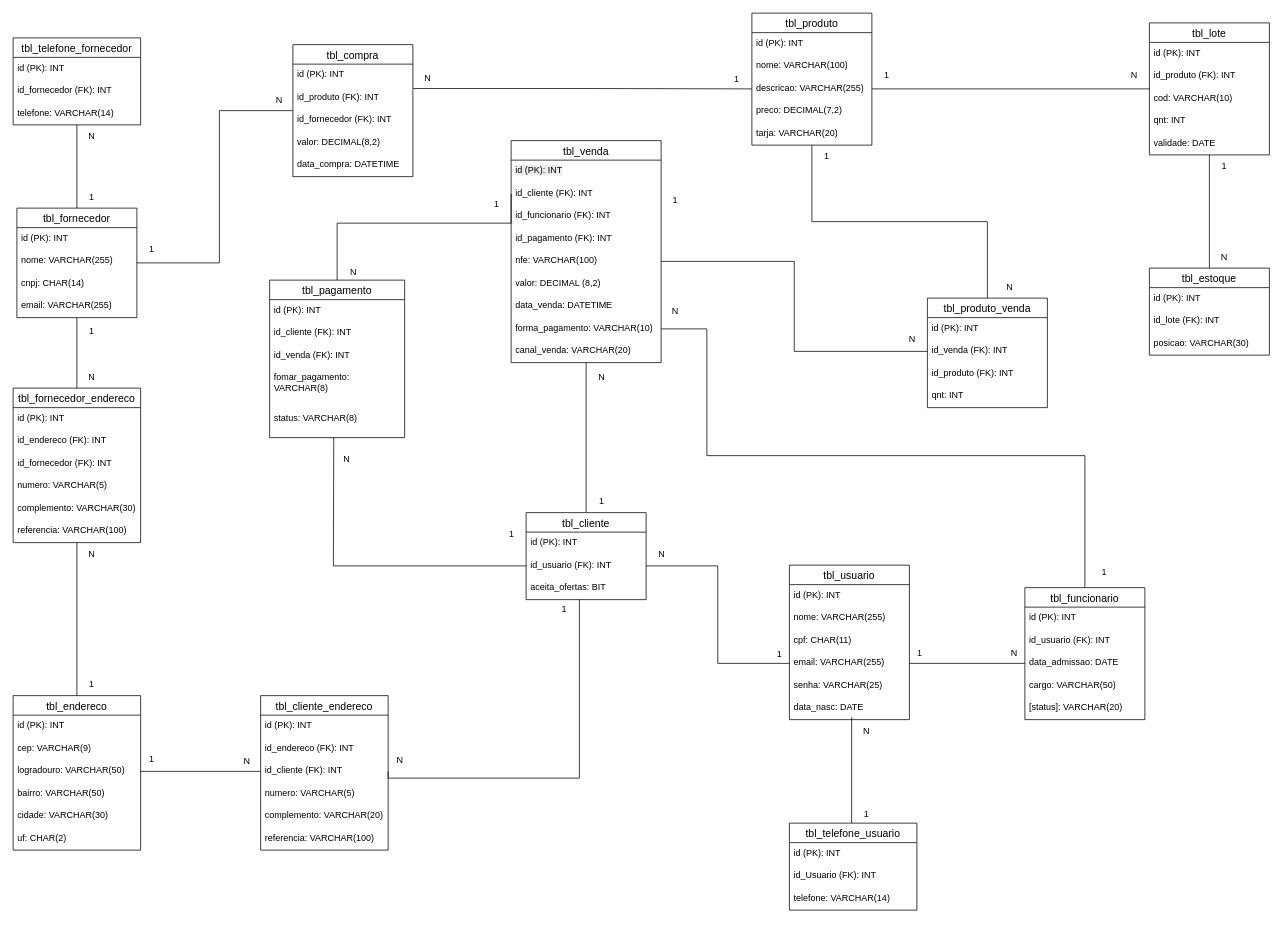
This is PI - Aline/Documentação/PI - DER Sannus (03 04 2026).drawio from OtavioCarmo7/DS-Turma1-PI_ERP, a draw.io file, before an edit. Source tidied: cells renumbered, new cells numbered last; positions are measured from the earlier drawing's top-left corner, leaving out a move shared by most shapes. Both pictures are drawn from the tidied source at 75%, with x=0, y=0 at pixel (13, 13).
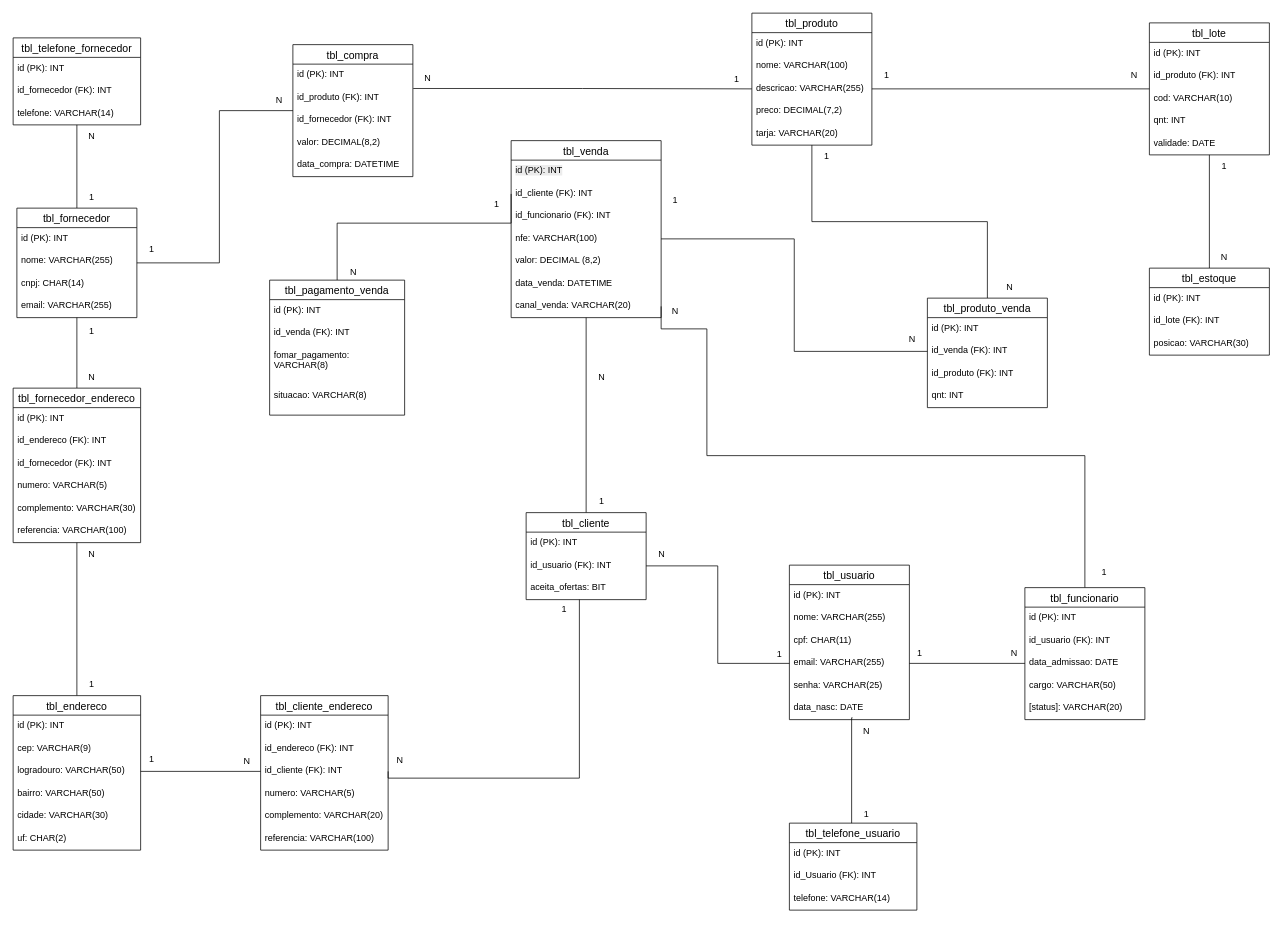
After the change.

Commit message (it also covers changes not shown here):
Alterando o DER e concluindo o script SQL do Banco

Unchanged cells that the change refers to:
```xml
<mxCell id="3" value="tbl_funcionario" style="swimlane;fontStyle=0;horizontal=1;startSize=26;align=center;fontSize=14;" parent="1" vertex="1">
  <mxGeometry x="1349" y="766" width="160" height="176" as="geometry" />
</mxCell>
<mxCell id="88" value="id_usuario (FK): INT" style="text;strokeColor=none;fillColor=none;spacingLeft=4;spacingRight=4;overflow=hidden;points=[[0,0.5],[1,0.5]];portConstraint=eastwest;fontSize=12;whiteSpace=wrap;html=1;" parent="86" vertex="1">
  <mxGeometry y="56" width="160" height="30" as="geometry" />
</mxCell>
<mxCell id="142" style="group;" parent="1" vertex="1">
  <mxGeometry x="342" y="330" width="240" height="292" as="geometry" />
</mxCell>
```

What changed in the source:
```diff
@@
-    <mxCell id="2" style="edgeStyle=orthogonalEdgeStyle;rounded=0;jettySize=auto;html=1;entryX=1;entryY=0.5;entryDx=0;entryDy=0;endArrow=none;endFill=0;" parent="1" edge="1" source="3" target="35">
+    <mxCell id="2" style="edgeStyle=orthogonalEdgeStyle;rounded=0;jettySize=auto;html=1;entryX=1;entryY=0.5;entryDx=0;entryDy=0;endArrow=none;endFill=0;" parent="1" edge="1" source="3">
       <mxGeometry relative="1" as="geometry">
+        <mxPoint x="864" y="391" as="targetPoint" />
         <Array as="points">
           <mxPoint x="1429" y="590" />
           <mxPoint x="925" y="590" />
           <mxPoint x="925" y="421" />
         </Array>
       </mxGeometry>
     </mxCell>
@@
     <mxCell id="27" value="tbl_venda" style="swimlane;fontStyle=0;horizontal=1;startSize=26;align=center;fontSize=14;" parent="1" vertex="1">
-      <mxGeometry x="664" y="170" width="200" height="296" as="geometry" />
+      <mxGeometry x="664" y="170" width="200" height="236" as="geometry" />
     </mxCell>
@@
-    <mxCell id="31" value="id_pagamento (FK): INT" style="text;strokeColor=none;fillColor=none;spacingLeft=4;spacingRight=4;overflow=hidden;fontSize=12;whiteSpace=wrap;html=1;" parent="27" vertex="1">
-      <mxGeometry y="116" width="200" height="30" as="geometry" />
-    </mxCell>
     <mxCell id="32" value="nfe: VARCHAR(100)" style="text;strokeColor=none;fillColor=none;spacingLeft=4;spacingRight=4;overflow=hidden;points=[[0,0.5],[1,0.5]];portConstraint=eastwest;fontSize=12;whiteSpace=wrap;html=1;" parent="27" vertex="1">
-      <mxGeometry y="146" width="200" height="30" as="geometry" />
+      <mxGeometry y="116" width="200" height="30" as="geometry" />
     </mxCell>
     <mxCell id="33" value="valor: DECIMAL (8,2)" style="text;strokeColor=none;fillColor=none;spacingLeft=4;spacingRight=4;overflow=hidden;fontSize=12;whiteSpace=wrap;html=1;" parent="27" vertex="1">
-      <mxGeometry y="176" width="200" height="30" as="geometry" />
+      <mxGeometry y="146" width="200" height="30" as="geometry" />
     </mxCell>
     <mxCell id="34" value="data_venda: DATETIME" style="text;strokeColor=none;fillColor=none;spacingLeft=4;spacingRight=4;overflow=hidden;fontSize=12;whiteSpace=wrap;html=1;" parent="27" vertex="1">
-      <mxGeometry y="206" width="200" height="30" as="geometry" />
+      <mxGeometry y="176" width="200" height="30" as="geometry" />
     </mxCell>
-    <mxCell id="35" value="forma_pagamento: VARCHAR(10)" style="text;strokeColor=none;fillColor=none;spacingLeft=4;spacingRight=4;overflow=hidden;points=[[0,0.5],[1,0.5]];portConstraint=eastwest;fontSize=12;whiteSpace=wrap;html=1;" parent="27" vertex="1">
-      <mxGeometry y="236" width="200" height="30" as="geometry" />
-    </mxCell>
     <mxCell id="36" value="canal_venda: VARCHAR(20)" style="text;strokeColor=none;fillColor=none;spacingLeft=4;spacingRight=4;overflow=hidden;fontSize=12;whiteSpace=wrap;html=1;" parent="27" vertex="1">
-      <mxGeometry y="266" width="200" height="30" as="geometry" />
+      <mxGeometry y="206" width="200" height="30" as="geometry" />
     </mxCell>
@@
-    <mxCell id="83" style="edgeStyle=orthogonalEdgeStyle;rounded=0;jettySize=auto;html=1;exitX=0.475;exitY=0.984;exitDx=0;exitDy=0;endArrow=none;endFill=0;entryX=0;entryY=0.5;entryDx=0;entryDy=0;exitPerimeter=0;" parent="1" edge="1" source="148" target="88">
-      <mxGeometry relative="1" as="geometry">
-        <Array as="points">
-          <mxPoint x="427" y="570" />
-          <mxPoint x="427" y="570" />
-          <mxPoint x="427" y="737" />
-        </Array>
-      </mxGeometry>
-    </mxCell>
@@
-    <mxCell id="113" value="1" style="text;html=1;whiteSpace=wrap;strokeColor=none;fillColor=none;align=center;verticalAlign=middle;rounded=0;" parent="1" vertex="1">
-      <mxGeometry x="635" y="680" width="60" height="30" as="geometry" />
-    </mxCell>
@@
-    <mxCell id="143" value="tbl_pagamento" style="swimlane;fontStyle=0;horizontal=1;startSize=26;align=center;fontSize=14;" parent="142" vertex="1">
-      <mxGeometry y="26" width="180" height="210" as="geometry" />
+    <mxCell id="143" value="tbl_pagamento_venda" style="swimlane;fontStyle=0;horizontal=1;startSize=26;align=center;fontSize=14;" parent="142" vertex="1">
+      <mxGeometry y="26" width="180" height="180" as="geometry" />
     </mxCell>
@@
-    <mxCell id="145" value="id_cliente (FK): INT" style="text;strokeColor=none;fillColor=none;spacingLeft=4;spacingRight=4;overflow=hidden;fontSize=12;whiteSpace=wrap;html=1;" parent="143" vertex="1">
-      <mxGeometry y="56" width="180" height="30" as="geometry" />
-    </mxCell>
     <mxCell id="146" value="id_venda (FK): INT" style="text;strokeColor=none;fillColor=none;spacingLeft=4;spacingRight=4;overflow=hidden;fontSize=12;whiteSpace=wrap;html=1;" parent="143" vertex="1">
-      <mxGeometry y="86" width="180" height="30" as="geometry" />
+      <mxGeometry y="56" width="180" height="30" as="geometry" />
     </mxCell>
     <mxCell id="147" value="fomar_pagamento: VARCHAR(8)" style="text;strokeColor=none;fillColor=none;spacingLeft=4;spacingRight=4;overflow=hidden;fontSize=12;whiteSpace=wrap;html=1;" parent="143" vertex="1">
-      <mxGeometry y="116" width="180" height="54" as="geometry" />
+      <mxGeometry y="86" width="180" height="54" as="geometry" />
     </mxCell>
-    <mxCell id="148" value="status: VARCHAR(8)" style="text;strokeColor=none;fillColor=none;spacingLeft=4;spacingRight=4;overflow=hidden;points=[[0,0.5],[1,0.5]];portConstraint=eastwest;fontSize=12;whiteSpace=wrap;html=1;" parent="143" vertex="1">
-      <mxGeometry y="170" width="180" height="40" as="geometry" />
+    <mxCell id="148" value="situacao: VARCHAR(8)" style="text;strokeColor=none;fillColor=none;spacingLeft=4;spacingRight=4;overflow=hidden;points=[[0,0.5],[1,0.5]];portConstraint=eastwest;fontSize=12;whiteSpace=wrap;html=1;" parent="143" vertex="1">
+      <mxGeometry y="140" width="180" height="40" as="geometry" />
     </mxCell>
@@
-    <mxCell id="150" value="N" style="text;html=1;whiteSpace=wrap;strokeColor=none;fillColor=none;align=center;verticalAlign=middle;rounded=0;" parent="142" vertex="1">
-      <mxGeometry x="73" y="250" width="60" height="30" as="geometry" />
-    </mxCell>
```
